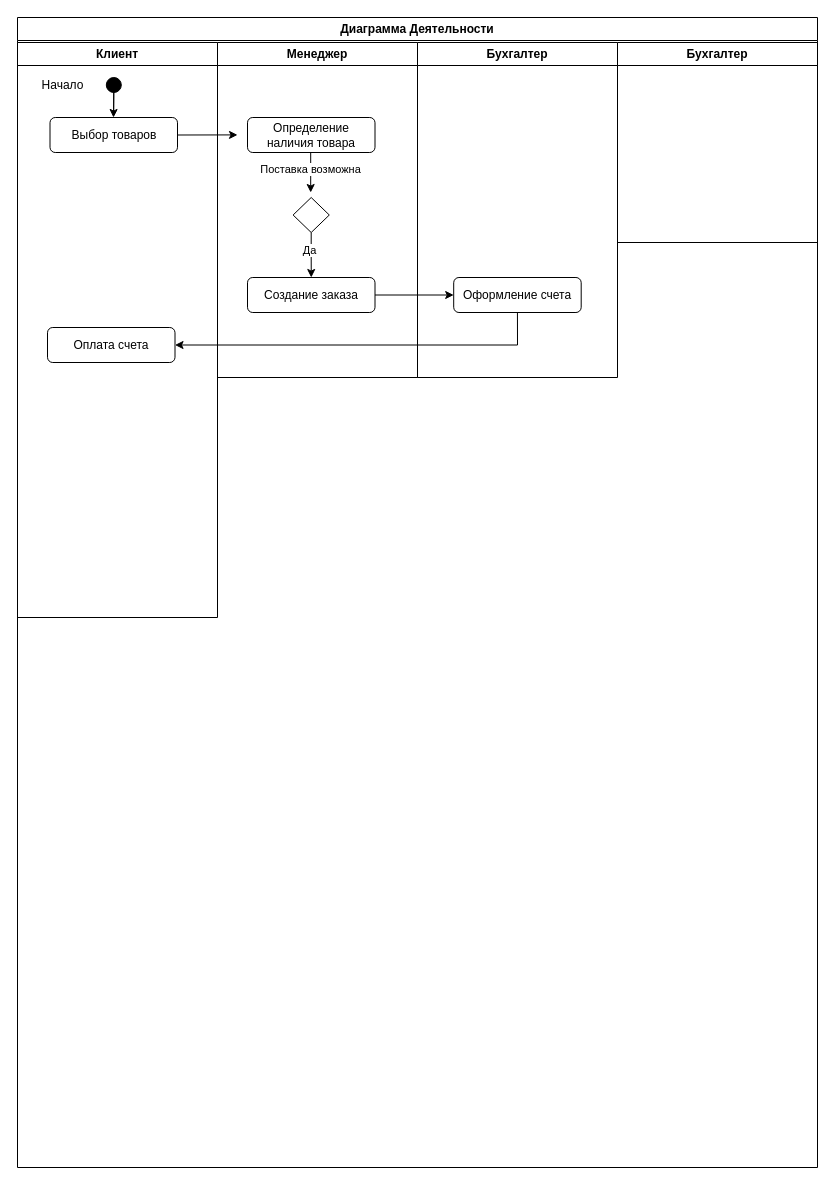
Before: Диаграмма деятельности.drawio in dubnart/netology, a draw.io diagram. Source tidied: cells renumbered, new cells numbered last; positions are measured from the earlier drawing's top-left corner, leaving out a move shared by most shapes. Both pictures are drawn from the tidied source at 100%, with x=0, y=0 at pixel (17, 17).
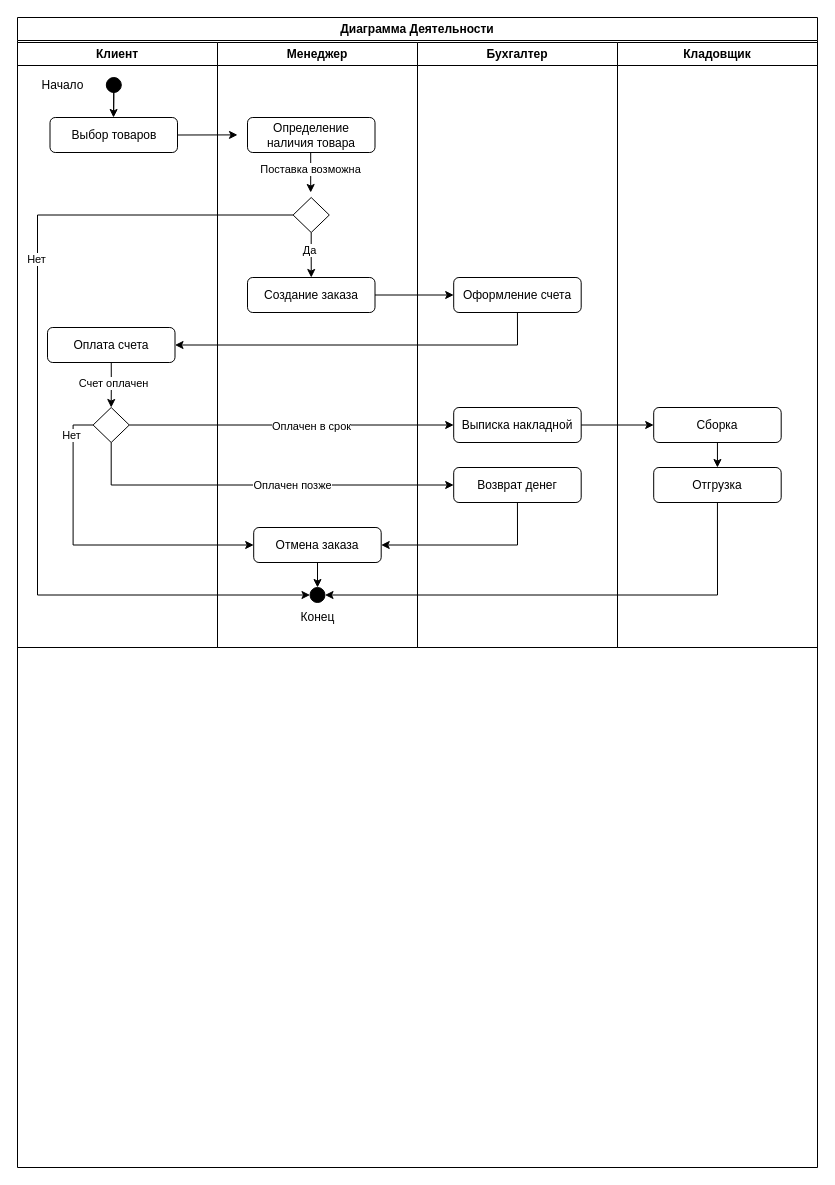
Above is the later version.

The change refers to these unchanged cells:
```xml
<mxCell id="2" value="Диаграмма Деятельности" style="swimlane;whiteSpace=wrap;html=1;" parent="1" vertex="1">
  <mxGeometry width="800" height="1150" as="geometry" />
</mxCell>
<mxCell id="9" value="Оплата счета" style="rounded=1;whiteSpace=wrap;html=1;" parent="3" vertex="1">
  <mxGeometry x="30" y="285" width="127.5" height="35" as="geometry" />
</mxCell>
<mxCell id="17" style="rhombus;whiteSpace=wrap;html=1;" parent="10" vertex="1">
  <mxGeometry x="75.6" y="155" width="36.2" height="35" as="geometry" />
</mxCell>
```

Diff of the diagram source:
```diff
@@
     <mxCell id="3" value="Клиент" style="swimlane;whiteSpace=wrap;html=1;" parent="2" vertex="1">
-      <mxGeometry y="25" width="200" height="575" as="geometry" />
+      <mxGeometry y="25" width="200" height="605" as="geometry" />
     </mxCell>
@@
+    <mxCell id="24" style="edgeStyle=orthogonalEdgeStyle;rounded=0;jettySize=auto;html=1;exitX=0.5;exitY=1;exitDx=0;exitDy=0;" parent="3" edge="1" source="9" target="26">
+      <mxGeometry relative="1" as="geometry" />
+    </mxCell>
+    <mxCell id="25" value="Счет оплачен" style="edgeLabel;html=1;align=center;verticalAlign=middle;" parent="24" vertex="1">
+      <mxGeometry x="-0.06" y="2" relative="1" as="geometry" />
+    </mxCell>
@@
+    <mxCell id="26" style="rhombus;whiteSpace=wrap;html=1;" parent="3" vertex="1">
+      <mxGeometry x="75.6" y="365" width="36.2" height="35" as="geometry" />
+    </mxCell>
     <mxCell id="10" value="Менеджер" style="swimlane;whiteSpace=wrap;html=1;" parent="2" vertex="1">
-      <mxGeometry x="200" y="25" width="200" height="335" as="geometry" />
+      <mxGeometry x="200" y="25" width="200" height="605" as="geometry" />
     </mxCell>
@@
+    <mxCell id="27" style="edgeStyle=orthogonalEdgeStyle;rounded=0;jettySize=auto;html=1;exitX=0;exitY=0.5;exitDx=0;exitDy=0;entryX=0;entryY=0.5;entryDx=0;entryDy=0;" parent="10" edge="1" source="17" target="31">
+      <mxGeometry relative="1" as="geometry">
+        <Array as="points">
+          <mxPoint x="-180" y="173" />
+          <mxPoint x="-180" y="553" />
+        </Array>
+      </mxGeometry>
+    </mxCell>
+    <mxCell id="28" value="Нет" style="edgeLabel;html=1;align=center;verticalAlign=middle;" parent="27" vertex="1">
+      <mxGeometry x="-0.34" y="-2" relative="1" as="geometry" />
+    </mxCell>
@@
+    <mxCell id="29" style="edgeStyle=orthogonalEdgeStyle;rounded=0;jettySize=auto;html=1;entryX=0.5;entryY=0;entryDx=0;entryDy=0;" parent="10" edge="1" source="30" target="31">
+      <mxGeometry relative="1" as="geometry" />
+    </mxCell>
+    <mxCell id="30" value="Отмена заказа" style="rounded=1;whiteSpace=wrap;html=1;" parent="10" vertex="1">
+      <mxGeometry x="36.2" y="485" width="127.5" height="35" as="geometry" />
+    </mxCell>
+    <mxCell id="31" style="ellipse;whiteSpace=wrap;html=1;fillColor=#000000;" parent="10" vertex="1">
+      <mxGeometry x="92.5" y="545" width="15" height="15" as="geometry" />
+    </mxCell>
+    <mxCell id="32" value="Конец" style="text;html=1;align=center;verticalAlign=middle;strokeColor=none;fillColor=none;" parent="10" vertex="1">
+      <mxGeometry x="70" y="560" width="60" height="30" as="geometry" />
+    </mxCell>
     <mxCell id="19" value="Бухгалтер" style="swimlane;whiteSpace=wrap;html=1;" parent="2" vertex="1">
-      <mxGeometry x="400" y="25" width="200" height="335" as="geometry" />
+      <mxGeometry x="400" y="25" width="200" height="605" as="geometry" />
     </mxCell>
@@
+    <mxCell id="33" value="Выписка накладной" style="rounded=1;whiteSpace=wrap;html=1;" parent="19" vertex="1">
+      <mxGeometry x="36.2" y="365" width="127.5" height="35" as="geometry" />
+    </mxCell>
+    <mxCell id="34" value="Возврат денег" style="rounded=1;whiteSpace=wrap;html=1;" parent="19" vertex="1">
+      <mxGeometry x="36.2" y="425" width="127.5" height="35" as="geometry" />
+    </mxCell>
-    <mxCell id="21" value="Бухгалтер" style="swimlane;whiteSpace=wrap;html=1;" parent="2" vertex="1">
-      <mxGeometry x="600" y="25" width="200" height="200" as="geometry" />
+    <mxCell id="21" value="Кладовщик" style="swimlane;whiteSpace=wrap;html=1;" parent="2" vertex="1">
+      <mxGeometry x="600" y="25" width="200" height="605" as="geometry" />
     </mxCell>
+    <mxCell id="35" style="edgeStyle=orthogonalEdgeStyle;rounded=0;jettySize=auto;html=1;exitX=0.5;exitY=1;exitDx=0;exitDy=0;entryX=0.5;entryY=0;entryDx=0;entryDy=0;" parent="21" edge="1" source="36" target="37">
+      <mxGeometry relative="1" as="geometry" />
+    </mxCell>
+    <mxCell id="36" value="Сборка" style="rounded=1;whiteSpace=wrap;html=1;" parent="21" vertex="1">
+      <mxGeometry x="36.2" y="365" width="127.5" height="35" as="geometry" />
+    </mxCell>
+    <mxCell id="37" value="Отгрузка" style="rounded=1;whiteSpace=wrap;html=1;" parent="21" vertex="1">
+      <mxGeometry x="36.2" y="425" width="127.5" height="35" as="geometry" />
+    </mxCell>
@@
+    <mxCell id="38" style="edgeStyle=orthogonalEdgeStyle;rounded=0;jettySize=auto;html=1;exitX=1;exitY=0.5;exitDx=0;exitDy=0;" parent="2" edge="1" source="26" target="33">
+      <mxGeometry relative="1" as="geometry" />
+    </mxCell>
+    <mxCell id="39" value="Оплачен в срок" style="edgeLabel;html=1;align=center;verticalAlign=middle;" parent="38" vertex="1">
+      <mxGeometry x="0.12" y="-1" relative="1" as="geometry" />
+    </mxCell>
+    <mxCell id="40" style="edgeStyle=orthogonalEdgeStyle;rounded=0;jettySize=auto;html=1;exitX=0;exitY=0.5;exitDx=0;exitDy=0;entryX=0;entryY=0.5;entryDx=0;entryDy=0;" parent="2" edge="1" source="26" target="30">
+      <mxGeometry relative="1" as="geometry" />
+    </mxCell>
+    <mxCell id="41" value="Нет" style="edgeLabel;html=1;align=center;verticalAlign=middle;" parent="40" vertex="1">
+      <mxGeometry x="-0.81" y="-2" relative="1" as="geometry" />
+    </mxCell>
+    <mxCell id="42" style="edgeStyle=orthogonalEdgeStyle;rounded=0;jettySize=auto;html=1;exitX=0.5;exitY=1;exitDx=0;exitDy=0;entryX=1;entryY=0.5;entryDx=0;entryDy=0;" parent="2" edge="1" source="34" target="30">
+      <mxGeometry relative="1" as="geometry" />
+    </mxCell>
+    <mxCell id="43" style="edgeStyle=orthogonalEdgeStyle;rounded=0;jettySize=auto;html=1;exitX=0.5;exitY=1;exitDx=0;exitDy=0;entryX=0;entryY=0.5;entryDx=0;entryDy=0;" parent="2" edge="1" source="26" target="34">
+      <mxGeometry relative="1" as="geometry" />
+    </mxCell>
+    <mxCell id="44" value="Оплачен позже" style="edgeLabel;html=1;align=center;verticalAlign=middle;" parent="43" vertex="1">
+      <mxGeometry x="0.16" relative="1" as="geometry" />
+    </mxCell>
+    <mxCell id="45" style="edgeStyle=orthogonalEdgeStyle;rounded=0;jettySize=auto;html=1;exitX=1;exitY=0.5;exitDx=0;exitDy=0;entryX=0;entryY=0.5;entryDx=0;entryDy=0;" parent="2" edge="1" source="33" target="36">
+      <mxGeometry relative="1" as="geometry" />
+    </mxCell>
+    <mxCell id="46" style="edgeStyle=orthogonalEdgeStyle;rounded=0;jettySize=auto;html=1;exitX=0.5;exitY=1;exitDx=0;exitDy=0;entryX=1;entryY=0.5;entryDx=0;entryDy=0;" parent="2" edge="1" source="37" target="31">
+      <mxGeometry relative="1" as="geometry" />
+    </mxCell>
```
